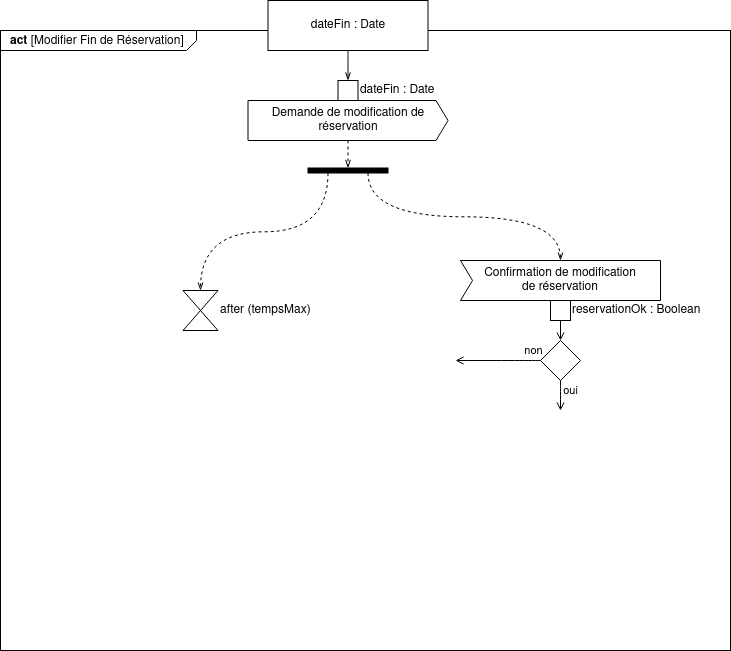
The draw.io diagram presentation/slide3.4.png in Dalker/ISI-mobility, before a commit. Source tidied: cells renumbered, new cells last; positions are measured from the earlier drawing's top-left corner, leaving out a move shared by most shapes.
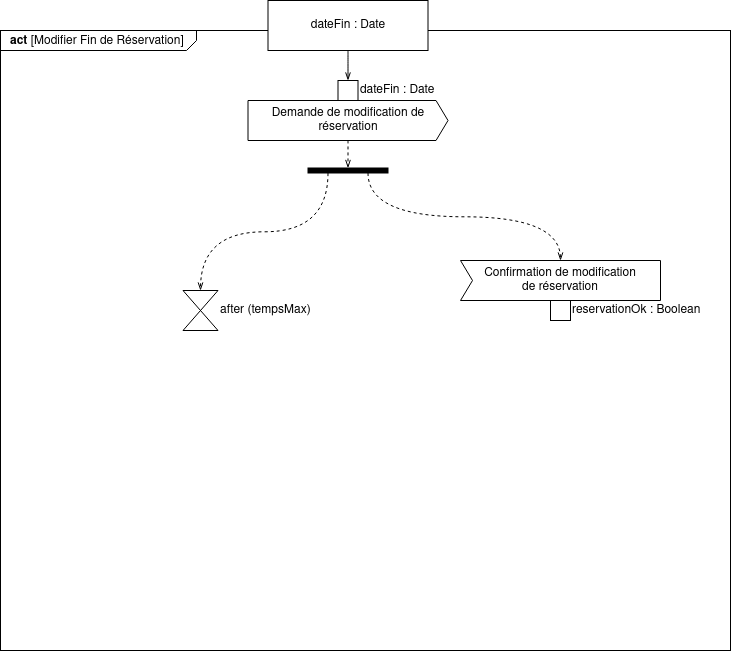
After the commit.

Diff of the diagram source:
```diff
@@ -38,27 +38,8 @@
     <mxCell id="13" style="edgeStyle=orthogonalEdgeStyle;curved=1;rounded=0;jettySize=auto;html=1;exitX=0.5;exitY=1;exitDx=0;exitDy=0;exitPerimeter=0;entryX=0;entryY=0.5;entryDx=0;entryDy=0;dashed=1;endArrow=openThin;endFill=0;" parent="1" edge="1" source="9" target="12">
       <mxGeometry relative="1" as="geometry" />
     </mxCell>
-    <mxCell id="14" style="shape=rhombus;html=1;verticalLabelPosition=top;verticalAlignment=bottom;strokeWidth=1;" parent="1" vertex="1">
-      <mxGeometry x="540" y="340" width="40" height="40" as="geometry" />
+    <mxCell id="14" value="reservationOk : Boolean" style="shape=rect;html=1;align=left;labelPosition=right;verticalLabelPosition=middle;verticalAlign=bottom;horizontal=1;" parent="1" vertex="1">
+      <mxGeometry x="550" y="300" width="20" height="20" as="geometry" />
     </mxCell>
-    <mxCell id="15" value="reservationOk : Boolean" style="shape=rect;html=1;align=left;labelPosition=right;verticalLabelPosition=middle;verticalAlign=bottom;horizontal=1;" parent="1" vertex="1">
-      <mxGeometry x="550" y="300" width="20" height="20" as="geometry" />
-    </mxCell>
-    <mxCell id="16" style="endArrow=open;html=1;entryX=0.5;entryY=0;entryDx=0;entryDy=0;exitX=0.5;exitY=1;exitDx=0;exitDy=0;endFill=0;" parent="1" edge="1" source="15" target="14">
-      <mxGeometry relative="1" as="geometry" />
-    </mxCell>
-    <mxCell id="17" value="oui" style="endArrow=open;html=1;exitX=0.5;exitY=1;exitDx=0;exitDy=0;entryX=0.5;entryY=0;entryDx=0;entryDy=0;endFill=0;" parent="1" edge="1" source="14">
-      <mxGeometry x="-0.33" y="10" relative="1" as="geometry">
-        <mxPoint x="560" y="410" as="targetPoint" />
-        <Array as="points">
-          <mxPoint x="560" y="390" />
-        </Array>
-      </mxGeometry>
-    </mxCell>
-    <mxCell id="18" value="non" style="endArrow=open;html=1;exitX=0;exitY=0.5;exitDx=0;exitDy=0;entryX=1;entryY=0.5;entryDx=0;entryDy=0;endFill=0;strokeWidth=1;endSize=6;edgeStyle=orthogonalEdgeStyle;curved=1;" parent="1" edge="1" source="14">
-      <mxGeometry x="-0.83" y="-10" relative="1" as="geometry">
-        <mxPoint x="455" y="360" as="targetPoint" />
-      </mxGeometry>
-    </mxCell>
   </root>
 </mxGraphModel>
```
